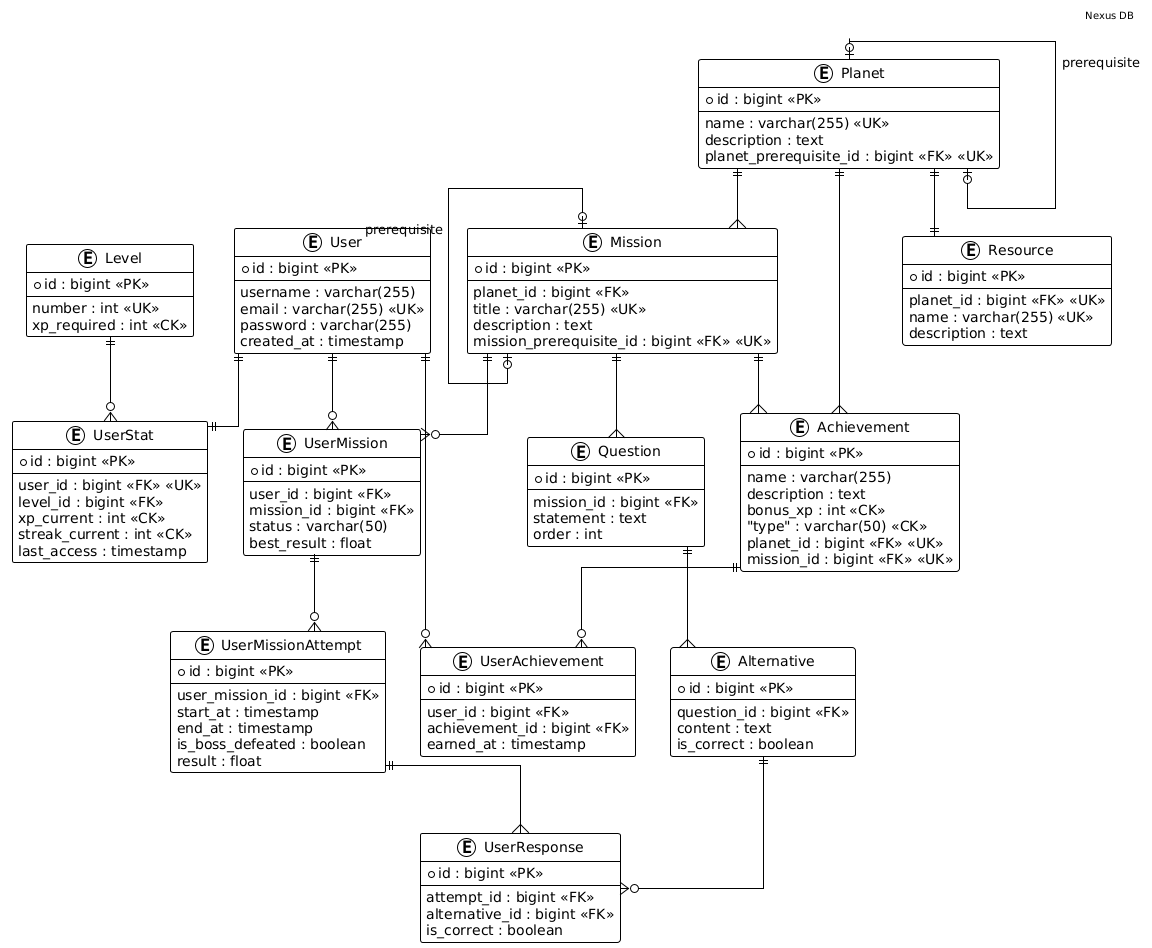
The PlantUML diagram resources/assets/dbER.png in dhiogonasc/Nexus-RPG, before a commit.
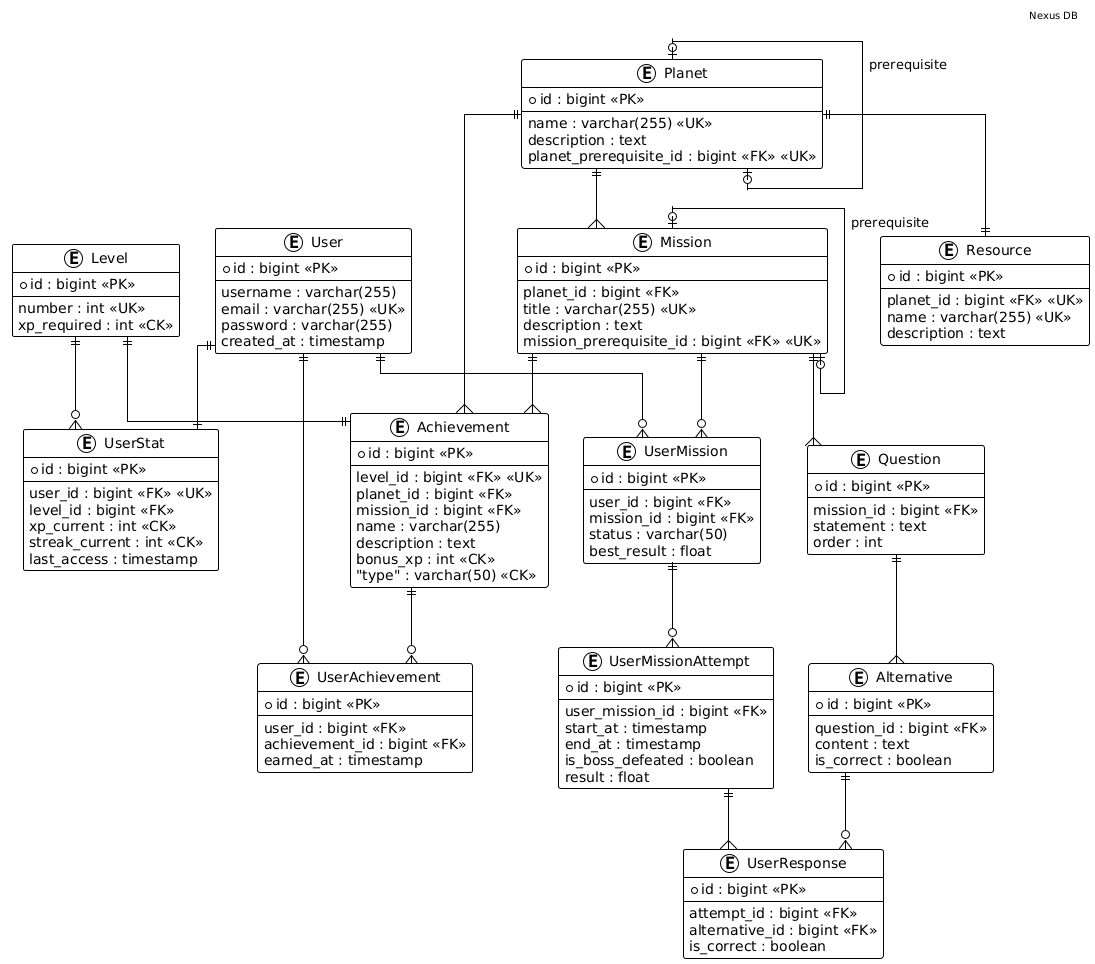
Above is the later version.

The edit, as a diff of the source:
```diff
@@ -101,12 +101,13 @@
 entity "Achievement" as achievement {
     * id : bigint <<PK>>
     --
+    level_id : bigint <<FK>> <<UK>>
+    planet_id : bigint <<FK>>
+    mission_id : bigint <<FK>>
     name : varchar(255)
     description : text
     bonus_xp : int <<CK>>
     "type" : varchar(50) <<CK>>
-    planet_id : bigint <<FK>> <<UK>>
-    mission_id : bigint <<FK>> <<UK>>
 }
 
 entity "UserAchievement" as user_achievement {
@@ -130,6 +131,7 @@
 user_mission ||--o{ attempt
 attempt ||--{ response
 alternative ||--o{ response
+level ||--|| achievement
 planet ||--{ achievement
 mission ||--{ achievement
 user ||--o{ user_achievement
```
